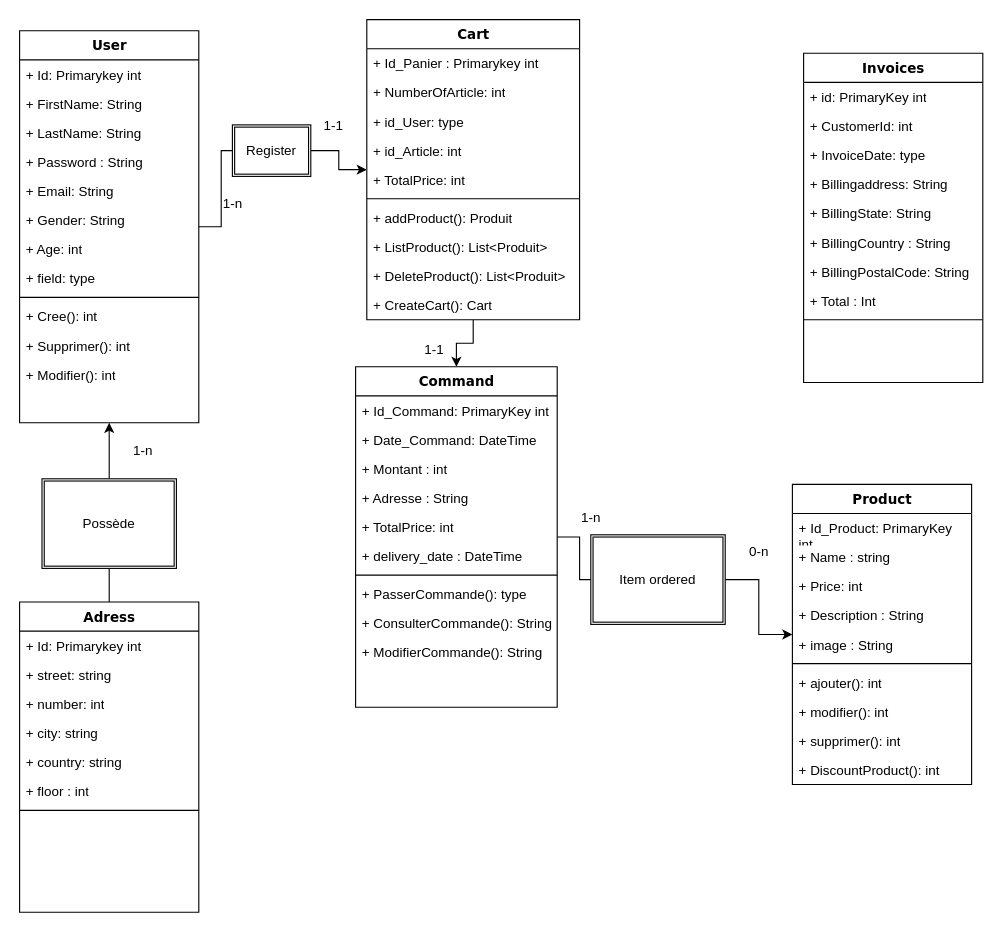
Before: MCD.drawio in aless124/e-commerce-SQL, a draw.io diagram. Source tidied: cells renumbered, new cells numbered last; positions are measured from the earlier drawing's top-left corner, leaving out a move shared by most shapes. Both pictures are drawn from the tidied source at 112%, with x=0, y=0 at pixel (19, 19).
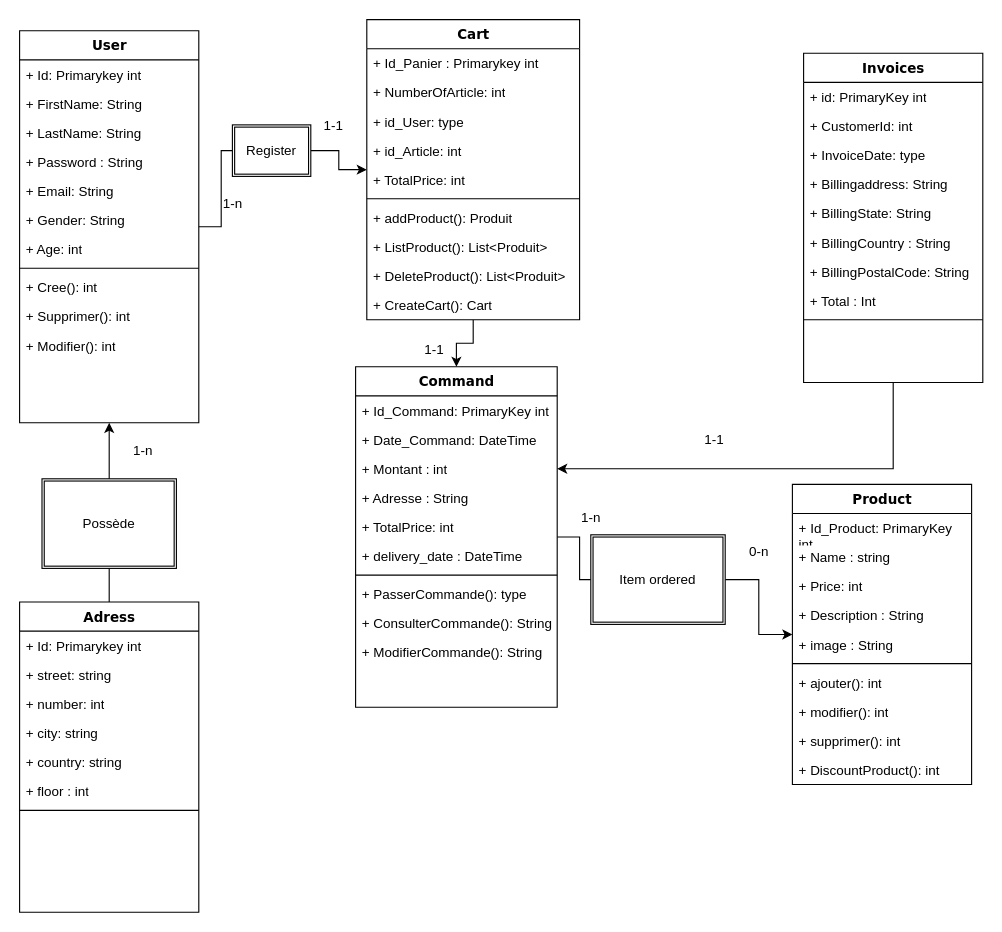
Above is the later version.

Commit message:
Mettre à jour MCD.drawio

The change refers to these unchanged cells:
```xml
<mxCell id="3" value="User" style="swimlane;html=1;fontStyle=1;align=center;verticalAlign=top;horizontal=1;startSize=26;swimlaneFillColor=#ffffff;rounded=0;shadow=0;comic=0;labelBackgroundColor=none;strokeWidth=1;fillColor=none;fontFamily=Verdana;fontSize=12;" parent="1" vertex="1">
  <mxGeometry y="10" width="160" height="350" as="geometry" />
</mxCell>
<mxCell id="52" value="+ Montant : int" style="text;html=1;strokeColor=none;fillColor=none;align=left;verticalAlign=top;spacingLeft=4;spacingRight=4;whiteSpace=wrap;overflow=hidden;points=[[0,0.5],[1,0.5]];portConstraint=eastwest;" parent="49" vertex="1">
  <mxGeometry y="78" width="180" height="26" as="geometry" />
</mxCell>
<mxCell id="60" value="Invoices" style="swimlane;html=1;fontStyle=1;align=center;verticalAlign=top;horizontal=1;startSize=26;swimlaneFillColor=#ffffff;rounded=0;shadow=0;comic=0;labelBackgroundColor=none;strokeWidth=1;fillColor=none;fontFamily=Verdana;fontSize=12;" parent="1" vertex="1">
  <mxGeometry x="700" y="30" width="160" height="294" as="geometry" />
</mxCell>
```

Diff of the diagram source:
```diff
@@
-    <mxCell id="11" value="+ field: type" style="text;html=1;strokeColor=none;fillColor=none;align=left;verticalAlign=top;spacingLeft=4;spacingRight=4;whiteSpace=wrap;overflow=hidden;" parent="3" vertex="1">
-      <mxGeometry y="208" width="160" height="26" as="geometry" />
-    </mxCell>
     <mxCell id="12" style="line;html=1;strokeWidth=1;fillColor=none;align=left;verticalAlign=middle;spacingTop=-1;spacingLeft=3;spacingRight=3;labelPosition=right;" parent="3" vertex="1">
-      <mxGeometry y="234" width="160" height="8" as="geometry" />
+      <mxGeometry y="208" width="160" height="8" as="geometry" />
     </mxCell>
     <mxCell id="13" value="+ Cree(): int" style="text;html=1;strokeColor=none;fillColor=none;align=left;verticalAlign=top;spacingLeft=4;spacingRight=4;whiteSpace=wrap;overflow=hidden;" parent="3" vertex="1">
-      <mxGeometry y="242" width="160" height="26" as="geometry" />
+      <mxGeometry y="216" width="160" height="26" as="geometry" />
     </mxCell>
     <mxCell id="14" value="+ Supprimer(): int" style="text;html=1;strokeColor=none;fillColor=none;align=left;verticalAlign=top;spacingLeft=4;spacingRight=4;whiteSpace=wrap;overflow=hidden;" parent="3" vertex="1">
-      <mxGeometry y="268" width="160" height="26" as="geometry" />
+      <mxGeometry y="242" width="160" height="26" as="geometry" />
     </mxCell>
     <mxCell id="15" value="+ Modifier(): int" style="text;html=1;strokeColor=none;fillColor=none;align=left;verticalAlign=top;spacingLeft=4;spacingRight=4;whiteSpace=wrap;overflow=hidden;" parent="3" vertex="1">
-      <mxGeometry y="294" width="160" height="26" as="geometry" />
+      <mxGeometry y="268" width="160" height="26" as="geometry" />
     </mxCell>
@@
+    <mxCell id="81" style="edgeStyle=orthogonalEdgeStyle;rounded=0;jettySize=auto;html=1;entryX=1;entryY=0.5;entryDx=0;entryDy=0;" parent="1" edge="1" source="60" target="52">
+      <mxGeometry relative="1" as="geometry" />
+    </mxCell>
@@
+    <mxCell id="82" value="1-1" style="text;html=1;align=center;verticalAlign=middle;fillColor=none;strokeColor=none;rounded=0;" parent="1" vertex="1">
+      <mxGeometry x="600" y="360" width="40" height="30" as="geometry" />
+    </mxCell>
```
